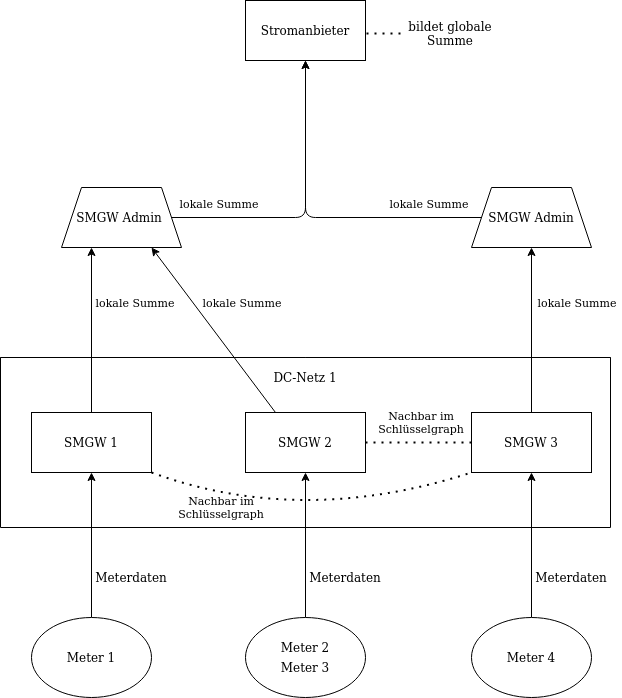
GregorUni/masters-thesis keeps this draw.io diagram as master-thesis/Diagramme/Top-down.png. Above is the earlier version. Source tidied: cells renumbered, new cells last; positions are measured from the earlier drawing's top-left corner, leaving out a move shared by most shapes.
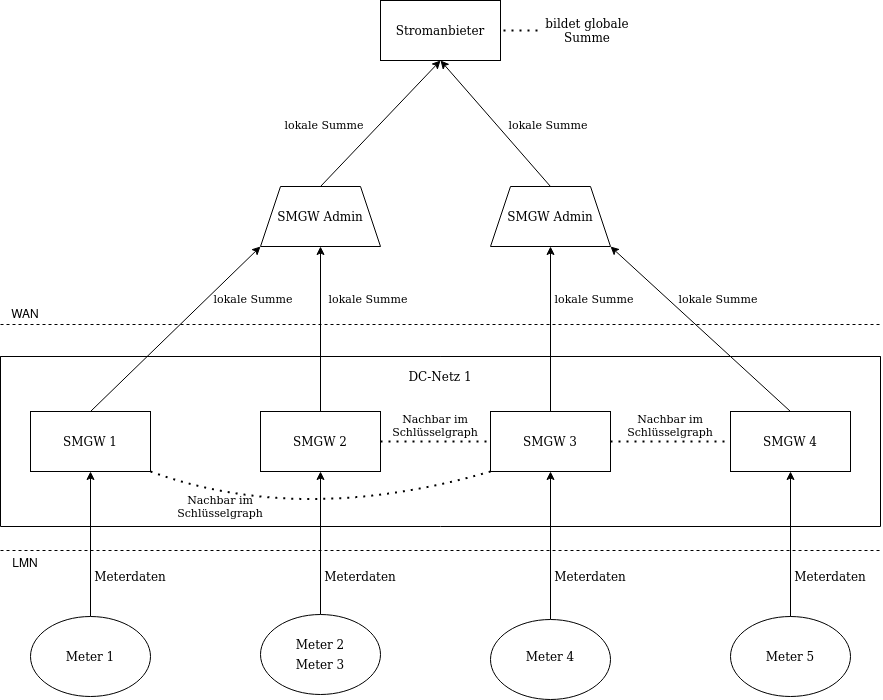
Above is the later version.

Change to the diagram source:
```diff
@@ -2,20 +2,20 @@
   <root>
     <mxCell id="0" />
     <mxCell id="1" parent="0" />
-    <mxCell id="2" style="endArrow=classic;html=1;fontFamily=Verdana;fontSize=11;entryX=0.75;entryY=1;entryDx=0;entryDy=0;exitX=0.25;exitY=0;exitDx=0;exitDy=0;rounded=0;" parent="1" edge="1" source="5" target="26">
+    <mxCell id="2" style="endArrow=classic;html=1;fontFamily=Verdana;fontSize=11;entryX=0.5;entryY=1;entryDx=0;entryDy=0;exitX=0.5;exitY=0;exitDx=0;exitDy=0;rounded=0;" parent="1" edge="1" source="5" target="26">
       <mxGeometry relative="1" as="geometry" />
     </mxCell>
     <mxCell id="3" style="swimlane;startSize=0;fontFamily=Verdana;" parent="1" vertex="1">
-      <mxGeometry y="357" width="610" height="170" as="geometry" />
+      <mxGeometry x="1" y="357" width="880" height="170" as="geometry" />
     </mxCell>
     <mxCell id="4" value="SMGW 1" style="rounded=0;whiteSpace=wrap;html=1;fontFamily=Verdana;" parent="3" vertex="1">
-      <mxGeometry x="31" y="55" width="120" height="60" as="geometry" />
+      <mxGeometry x="30" y="55" width="120" height="60" as="geometry" />
     </mxCell>
     <mxCell id="5" value="SMGW 2" style="rounded=0;whiteSpace=wrap;html=1;fontFamily=Verdana;" parent="3" vertex="1">
-      <mxGeometry x="245" y="55" width="120" height="60" as="geometry" />
+      <mxGeometry x="260" y="55" width="120" height="60" as="geometry" />
     </mxCell>
     <mxCell id="6" value="SMGW 3" style="rounded=0;whiteSpace=wrap;html=1;fontFamily=Verdana;" parent="3" vertex="1">
-      <mxGeometry x="471" y="55" width="120" height="60" as="geometry" />
+      <mxGeometry x="490" y="55" width="120" height="60" as="geometry" />
     </mxCell>
     <mxCell id="7" style="endArrow=none;dashed=1;html=1;dashPattern=1 3;strokeWidth=2;fontFamily=Verdana;exitX=1;exitY=0.5;exitDx=0;exitDy=0;entryX=0;entryY=0.5;entryDx=0;entryDy=0;" parent="3" edge="1" source="5" target="6">
       <mxGeometry relative="1" as="geometry" />
@@ -28,18 +28,25 @@
       </mxGeometry>
     </mxCell>
     <mxCell id="9" value="Nachbar im Schlüsselgraph" style="text;html=1;strokeColor=none;fillColor=none;align=center;verticalAlign=middle;whiteSpace=wrap;rounded=0;fontFamily=Verdana;fontSize=11;" parent="3" vertex="1">
-      <mxGeometry x="381" y="55" width="80" height="20" as="geometry" />
+      <mxGeometry x="395" y="59" width="80" height="20" as="geometry" />
     </mxCell>
     <mxCell id="10" value="DC-Netz 1" style="text;html=1;strokeColor=none;fillColor=none;align=center;verticalAlign=middle;whiteSpace=wrap;rounded=0;fontFamily=Verdana;" parent="3" vertex="1">
-      <mxGeometry x="268" y="10" width="74" height="20" as="geometry" />
+      <mxGeometry x="403" y="10" width="74" height="20" as="geometry" />
     </mxCell>
+    <mxCell id="41" value="SMGW 4" style="rounded=0;whiteSpace=wrap;html=1;fontFamily=Verdana;" parent="3" vertex="1">
+      <mxGeometry x="730" y="55" width="120" height="60" as="geometry" />
+    </mxCell>
+    <mxCell id="42" style="endArrow=none;dashed=1;html=1;dashPattern=1 3;strokeWidth=2;fontFamily=Verdana;entryX=0;entryY=0.5;entryDx=0;entryDy=0;exitX=1;exitY=0.5;exitDx=0;exitDy=0;" parent="3" edge="1" source="6" target="41">
+      <mxGeometry relative="1" as="geometry" />
+    </mxCell>
+    <mxCell id="43" value="Nachbar im Schlüsselgraph" style="text;html=1;strokeColor=none;fillColor=none;align=center;verticalAlign=middle;whiteSpace=wrap;rounded=0;fontFamily=Verdana;fontSize=11;" parent="3" vertex="1">
+      <mxGeometry x="630" y="59" width="80" height="20" as="geometry" />
+    </mxCell>
     <mxCell id="11" style="endArrow=classic;html=1;fontFamily=Verdana;entryX=0.5;entryY=1;entryDx=0;entryDy=0;exitX=0.5;exitY=0;exitDx=0;exitDy=0;" parent="1" edge="1" source="17" target="4">
       <mxGeometry relative="1" as="geometry" />
     </mxCell>
-    <mxCell id="12" style="endArrow=classic;html=1;fontFamily=Verdana;entryX=0.5;entryY=1;entryDx=0;entryDy=0;" parent="1" edge="1" target="5">
-      <mxGeometry relative="1" as="geometry">
-        <mxPoint x="305" y="617" as="sourcePoint" />
-      </mxGeometry>
+    <mxCell id="12" style="endArrow=classic;html=1;fontFamily=Verdana;entryX=0.5;entryY=1;entryDx=0;entryDy=0;exitX=0.5;exitY=0;exitDx=0;exitDy=0;" parent="1" edge="1" source="18" target="5">
+      <mxGeometry relative="1" as="geometry" />
     </mxCell>
     <mxCell id="13" style="endArrow=classic;html=1;fontFamily=Verdana;entryX=0.5;entryY=1;entryDx=0;entryDy=0;exitX=0.5;exitY=0;exitDx=0;exitDy=0;" parent="1" edge="1" source="19" target="6">
       <mxGeometry relative="1" as="geometry" />
@@ -48,93 +55,121 @@
       <mxGeometry x="81" y="567" width="100" height="20" as="geometry" />
     </mxCell>
     <mxCell id="15" value="Meterdaten" style="text;html=1;strokeColor=none;fillColor=none;align=center;verticalAlign=middle;whiteSpace=wrap;rounded=0;fontFamily=Verdana;" parent="1" vertex="1">
-      <mxGeometry x="295" y="567" width="100" height="20" as="geometry" />
+      <mxGeometry x="311" y="567" width="100" height="20" as="geometry" />
     </mxCell>
     <mxCell id="16" value="Meterdaten" style="text;html=1;strokeColor=none;fillColor=none;align=center;verticalAlign=middle;whiteSpace=wrap;rounded=0;fontFamily=Verdana;" parent="1" vertex="1">
-      <mxGeometry x="521" y="567" width="100" height="20" as="geometry" />
+      <mxGeometry x="541" y="567" width="100" height="20" as="geometry" />
     </mxCell>
     <mxCell id="17" style="ellipse;whiteSpace=wrap;html=1;fontFamily=Verdana;" parent="1" vertex="1">
       <mxGeometry x="31" y="617" width="120" height="80" as="geometry" />
     </mxCell>
     <mxCell id="18" style="ellipse;whiteSpace=wrap;html=1;fontFamily=Verdana;" parent="1" vertex="1">
-      <mxGeometry x="245" y="617" width="120" height="80" as="geometry" />
+      <mxGeometry x="261" y="615" width="120" height="80" as="geometry" />
     </mxCell>
     <mxCell id="19" style="ellipse;whiteSpace=wrap;html=1;fontFamily=Verdana;" parent="1" vertex="1">
-      <mxGeometry x="471" y="617" width="120" height="80" as="geometry" />
+      <mxGeometry x="491" y="620" width="120" height="80" as="geometry" />
     </mxCell>
     <mxCell id="20" value="Meter 2" style="text;html=1;strokeColor=none;fillColor=none;align=center;verticalAlign=middle;whiteSpace=wrap;rounded=0;fontFamily=Verdana;" parent="1" vertex="1">
-      <mxGeometry x="270" y="637" width="70" height="20" as="geometry" />
+      <mxGeometry x="286" y="635" width="70" height="20" as="geometry" />
     </mxCell>
     <mxCell id="21" value="Meter 1" style="text;html=1;strokeColor=none;fillColor=none;align=center;verticalAlign=middle;whiteSpace=wrap;rounded=0;fontFamily=Verdana;" parent="1" vertex="1">
       <mxGeometry x="61" y="647" width="60" height="20" as="geometry" />
     </mxCell>
     <mxCell id="22" value="Meter 3" style="text;html=1;strokeColor=none;fillColor=none;align=center;verticalAlign=middle;whiteSpace=wrap;rounded=0;fontFamily=Verdana;" parent="1" vertex="1">
-      <mxGeometry x="275" y="657" width="60" height="20" as="geometry" />
+      <mxGeometry x="291" y="655" width="60" height="20" as="geometry" />
     </mxCell>
     <mxCell id="23" value="Meter 4" style="text;html=1;strokeColor=none;fillColor=none;align=center;verticalAlign=middle;whiteSpace=wrap;rounded=0;fontFamily=Verdana;" parent="1" vertex="1">
-      <mxGeometry x="501" y="647" width="60" height="20" as="geometry" />
+      <mxGeometry x="521" y="647" width="60" height="20" as="geometry" />
     </mxCell>
     <mxCell id="24" value="Nachbar im Schlüsselgraph" style="text;html=1;strokeColor=none;fillColor=none;align=center;verticalAlign=middle;whiteSpace=wrap;rounded=0;fontFamily=Verdana;fontSize=11;" parent="1" vertex="1">
       <mxGeometry x="181" y="497" width="80" height="20" as="geometry" />
     </mxCell>
-    <mxCell id="25" style="endArrow=classic;html=1;fontFamily=Verdana;fontSize=11;exitX=0.5;exitY=0;exitDx=0;exitDy=0;entryX=0.25;entryY=1;entryDx=0;entryDy=0;" parent="1" edge="1" source="4" target="26">
+    <mxCell id="25" style="endArrow=classic;html=1;fontFamily=Verdana;fontSize=11;exitX=0.5;exitY=0;exitDx=0;exitDy=0;entryX=0;entryY=1;entryDx=0;entryDy=0;" parent="1" edge="1" source="4" target="26">
       <mxGeometry relative="1" as="geometry" />
     </mxCell>
     <mxCell id="26" style="shape=trapezoid;perimeter=trapezoidPerimeter;whiteSpace=wrap;html=1;fixedSize=1;fontFamily=Verdana;fontSize=11;" parent="1" vertex="1">
-      <mxGeometry x="61" y="187" width="120" height="60" as="geometry" />
+      <mxGeometry x="261" y="187" width="120" height="60" as="geometry" />
     </mxCell>
     <mxCell id="27" value="lokale Summe" style="text;html=1;strokeColor=none;fillColor=none;align=center;verticalAlign=middle;whiteSpace=wrap;rounded=0;fontFamily=Verdana;fontSize=11;" parent="1" vertex="1">
-      <mxGeometry x="93" y="292" width="84" height="20" as="geometry" />
+      <mxGeometry x="212" y="289" width="84" height="20" as="geometry" />
     </mxCell>
     <mxCell id="28" value="lokale Summe" style="text;html=1;strokeColor=none;fillColor=none;align=center;verticalAlign=middle;whiteSpace=wrap;rounded=0;fontFamily=Verdana;fontSize=11;" parent="1" vertex="1">
-      <mxGeometry x="200" y="292" width="84" height="20" as="geometry" />
+      <mxGeometry x="327" y="289" width="84" height="20" as="geometry" />
     </mxCell>
     <mxCell id="29" style="shape=trapezoid;perimeter=trapezoidPerimeter;whiteSpace=wrap;html=1;fixedSize=1;fontFamily=Verdana;fontSize=11;" parent="1" vertex="1">
-      <mxGeometry x="471" y="187" width="120" height="60" as="geometry" />
+      <mxGeometry x="491" y="187" width="120" height="60" as="geometry" />
     </mxCell>
     <mxCell id="30" value="&lt;font style=&quot;font-size: 12px;&quot;&gt;SMGW Admin&lt;/font&gt;" style="text;html=1;strokeColor=none;fillColor=none;align=center;verticalAlign=middle;whiteSpace=wrap;rounded=0;fontFamily=Verdana;fontSize=12;" parent="1" vertex="1">
-      <mxGeometry x="485.2" y="207" width="91.5" height="20" as="geometry" />
+      <mxGeometry x="505.2" y="207" width="91.5" height="20" as="geometry" />
     </mxCell>
     <mxCell id="31" style="endArrow=classic;html=1;fontFamily=Verdana;fontSize=11;entryX=0.5;entryY=1;entryDx=0;entryDy=0;exitX=0.5;exitY=0;exitDx=0;exitDy=0;" parent="1" edge="1" source="6" target="29">
       <mxGeometry relative="1" as="geometry" />
     </mxCell>
     <mxCell id="32" value="lokale Summe" style="text;html=1;strokeColor=none;fillColor=none;align=center;verticalAlign=middle;whiteSpace=wrap;rounded=0;fontFamily=Verdana;fontSize=11;" parent="1" vertex="1">
-      <mxGeometry x="535" y="292" width="84" height="20" as="geometry" />
+      <mxGeometry x="553" y="289" width="84" height="20" as="geometry" />
     </mxCell>
     <mxCell id="33" value="&lt;font style=&quot;font-size: 12px&quot;&gt;Stromanbieter&lt;/font&gt;" style="rounded=0;whiteSpace=wrap;html=1;fontFamily=Verdana;fontSize=11;" parent="1" vertex="1">
-      <mxGeometry x="245" width="120" height="60" as="geometry" />
+      <mxGeometry x="381" y="1" width="120" height="60" as="geometry" />
     </mxCell>
-    <mxCell id="34" style="endArrow=classic;html=1;fontFamily=Verdana;fontSize=11;entryX=0.5;entryY=1;entryDx=0;entryDy=0;exitX=1;exitY=0.5;exitDx=0;exitDy=0;" parent="1" edge="1" source="26" target="33">
-      <mxGeometry relative="1" as="geometry">
-        <Array as="points">
-          <mxPoint x="305" y="217" />
-        </Array>
-      </mxGeometry>
-    </mxCell>
-    <mxCell id="35" style="endArrow=classic;html=1;fontFamily=Verdana;fontSize=11;entryX=0.5;entryY=1;entryDx=0;entryDy=0;exitX=0;exitY=0.5;exitDx=0;exitDy=0;" parent="1" edge="1" source="29" target="33">
-      <mxGeometry relative="1" as="geometry">
-        <Array as="points">
-          <mxPoint x="305" y="217" />
-        </Array>
-      </mxGeometry>
+    <mxCell id="35" style="endArrow=classic;html=1;fontFamily=Verdana;fontSize=11;entryX=0.5;entryY=1;entryDx=0;entryDy=0;exitX=0.5;exitY=0;exitDx=0;exitDy=0;" parent="1" edge="1" source="29" target="33">
+      <mxGeometry relative="1" as="geometry" />
     </mxCell>
     <mxCell id="36" value="lokale Summe" style="text;html=1;strokeColor=none;fillColor=none;align=center;verticalAlign=middle;whiteSpace=wrap;rounded=0;fontFamily=Verdana;fontSize=11;" parent="1" vertex="1">
-      <mxGeometry x="177" y="193" width="84" height="20" as="geometry" />
+      <mxGeometry x="282.8" y="115" width="84" height="20" as="geometry" />
     </mxCell>
     <mxCell id="37" value="lokale Summe" style="text;html=1;strokeColor=none;fillColor=none;align=center;verticalAlign=middle;whiteSpace=wrap;rounded=0;fontFamily=Verdana;fontSize=11;" parent="1" vertex="1">
-      <mxGeometry x="387" y="193" width="84" height="20" as="geometry" />
+      <mxGeometry x="507" y="115" width="84" height="20" as="geometry" />
     </mxCell>
     <mxCell id="38" value="&lt;font style=&quot;font-size: 12px;&quot;&gt;SMGW Admin&lt;/font&gt;" style="text;html=1;strokeColor=none;fillColor=none;align=center;verticalAlign=middle;whiteSpace=wrap;rounded=0;fontFamily=Verdana;fontSize=12;" parent="1" vertex="1">
-      <mxGeometry x="73" y="207" width="91.5" height="20" as="geometry" />
+      <mxGeometry x="275.2" y="207" width="91.5" height="20" as="geometry" />
     </mxCell>
     <mxCell id="39" style="endArrow=none;dashed=1;html=1;dashPattern=1 3;strokeWidth=2;fontFamily=Verdana;fontSize=12;" parent="1" edge="1">
       <mxGeometry relative="1" as="geometry">
-        <mxPoint x="366" y="33" as="sourcePoint" />
-        <mxPoint x="406" y="33" as="targetPoint" />
+        <mxPoint x="504" y="31" as="sourcePoint" />
+        <mxPoint x="544" y="31" as="targetPoint" />
       </mxGeometry>
     </mxCell>
     <mxCell id="40" value="bildet globale Summe" style="text;html=1;strokeColor=none;fillColor=none;align=center;verticalAlign=middle;whiteSpace=wrap;rounded=0;fontFamily=Verdana;fontSize=12;" parent="1" vertex="1">
-      <mxGeometry x="401" y="23" width="98" height="20" as="geometry" />
+      <mxGeometry x="539" y="21" width="98" height="20" as="geometry" />
     </mxCell>
+    <mxCell id="44" style="endArrow=none;html=1;dashed=1;" parent="1" edge="1">
+      <mxGeometry relative="1" as="geometry">
+        <mxPoint x="1" y="551" as="sourcePoint" />
+        <mxPoint x="882" y="551" as="targetPoint" />
+      </mxGeometry>
+    </mxCell>
+    <mxCell id="45" value="LMN" style="text;html=1;strokeColor=none;fillColor=none;align=center;verticalAlign=middle;whiteSpace=wrap;rounded=0;" parent="1" vertex="1">
+      <mxGeometry x="6" y="552" width="40" height="20" as="geometry" />
+    </mxCell>
+    <mxCell id="46" style="endArrow=none;html=1;dashed=1;" parent="1" edge="1">
+      <mxGeometry relative="1" as="geometry">
+        <mxPoint x="1" y="325" as="sourcePoint" />
+        <mxPoint x="882" y="325" as="targetPoint" />
+      </mxGeometry>
+    </mxCell>
+    <mxCell id="47" value="WAN" style="text;html=1;strokeColor=none;fillColor=none;align=center;verticalAlign=middle;whiteSpace=wrap;rounded=0;" parent="1" vertex="1">
+      <mxGeometry x="6" y="303" width="40" height="20" as="geometry" />
+    </mxCell>
+    <mxCell id="48" style="ellipse;whiteSpace=wrap;html=1;fontFamily=Verdana;" parent="1" vertex="1">
+      <mxGeometry x="731" y="617" width="120" height="80" as="geometry" />
+    </mxCell>
+    <mxCell id="49" value="Meter 5" style="text;html=1;strokeColor=none;fillColor=none;align=center;verticalAlign=middle;whiteSpace=wrap;rounded=0;fontFamily=Verdana;" parent="1" vertex="1">
+      <mxGeometry x="761" y="647" width="60" height="20" as="geometry" />
+    </mxCell>
+    <mxCell id="50" style="endArrow=classic;html=1;fontFamily=Verdana;entryX=0.5;entryY=1;entryDx=0;entryDy=0;exitX=0.5;exitY=0;exitDx=0;exitDy=0;" parent="1" edge="1" source="48" target="41">
+      <mxGeometry relative="1" as="geometry" />
+    </mxCell>
+    <mxCell id="51" value="Meterdaten" style="text;html=1;strokeColor=none;fillColor=none;align=center;verticalAlign=middle;whiteSpace=wrap;rounded=0;fontFamily=Verdana;" parent="1" vertex="1">
+      <mxGeometry x="781" y="567" width="100" height="20" as="geometry" />
+    </mxCell>
+    <mxCell id="34" style="endArrow=classic;html=1;entryX=0.5;entryY=1;entryDx=0;entryDy=0;exitX=0.5;exitY=0;exitDx=0;exitDy=0;rounded=0;" parent="1" edge="1" source="26" target="33">
+      <mxGeometry relative="1" as="geometry" />
+    </mxCell>
+    <mxCell id="52" style="endArrow=classic;html=1;entryX=1;entryY=1;entryDx=0;entryDy=0;exitX=0.5;exitY=0;exitDx=0;exitDy=0;" parent="1" edge="1" source="41" target="29">
+      <mxGeometry relative="1" as="geometry" />
+    </mxCell>
+    <mxCell id="53" value="lokale Summe" style="text;html=1;strokeColor=none;fillColor=none;align=center;verticalAlign=middle;whiteSpace=wrap;rounded=0;fontFamily=Verdana;fontSize=11;" parent="1" vertex="1">
+      <mxGeometry x="677" y="289" width="84" height="20" as="geometry" />
+    </mxCell>
   </root>
 </mxGraphModel>
```
